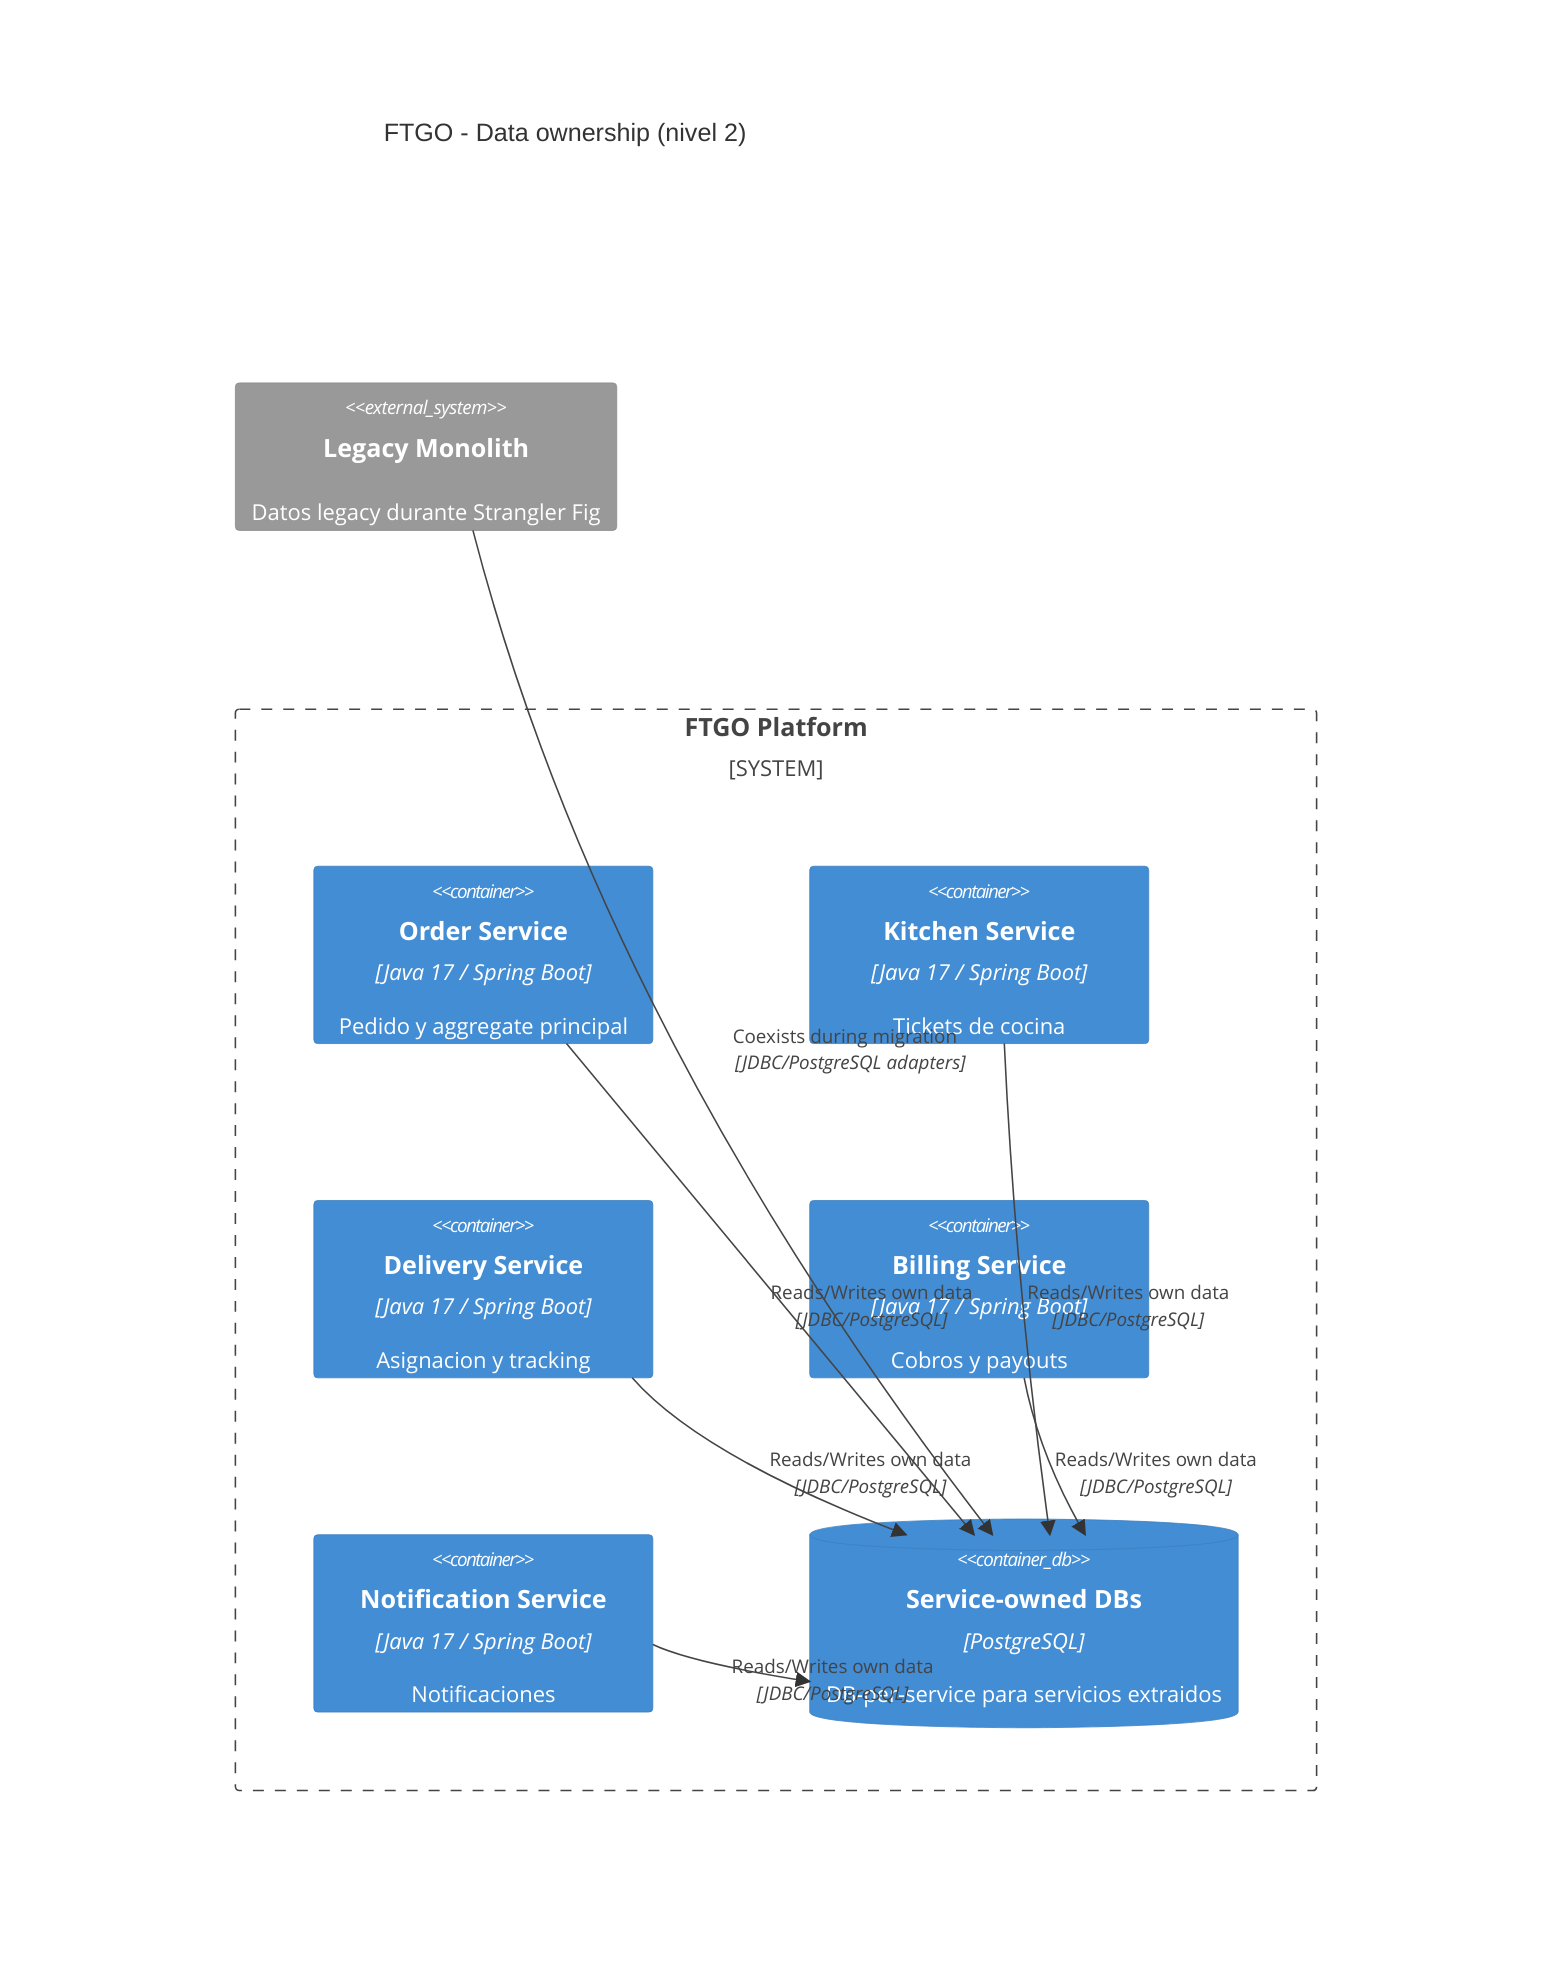
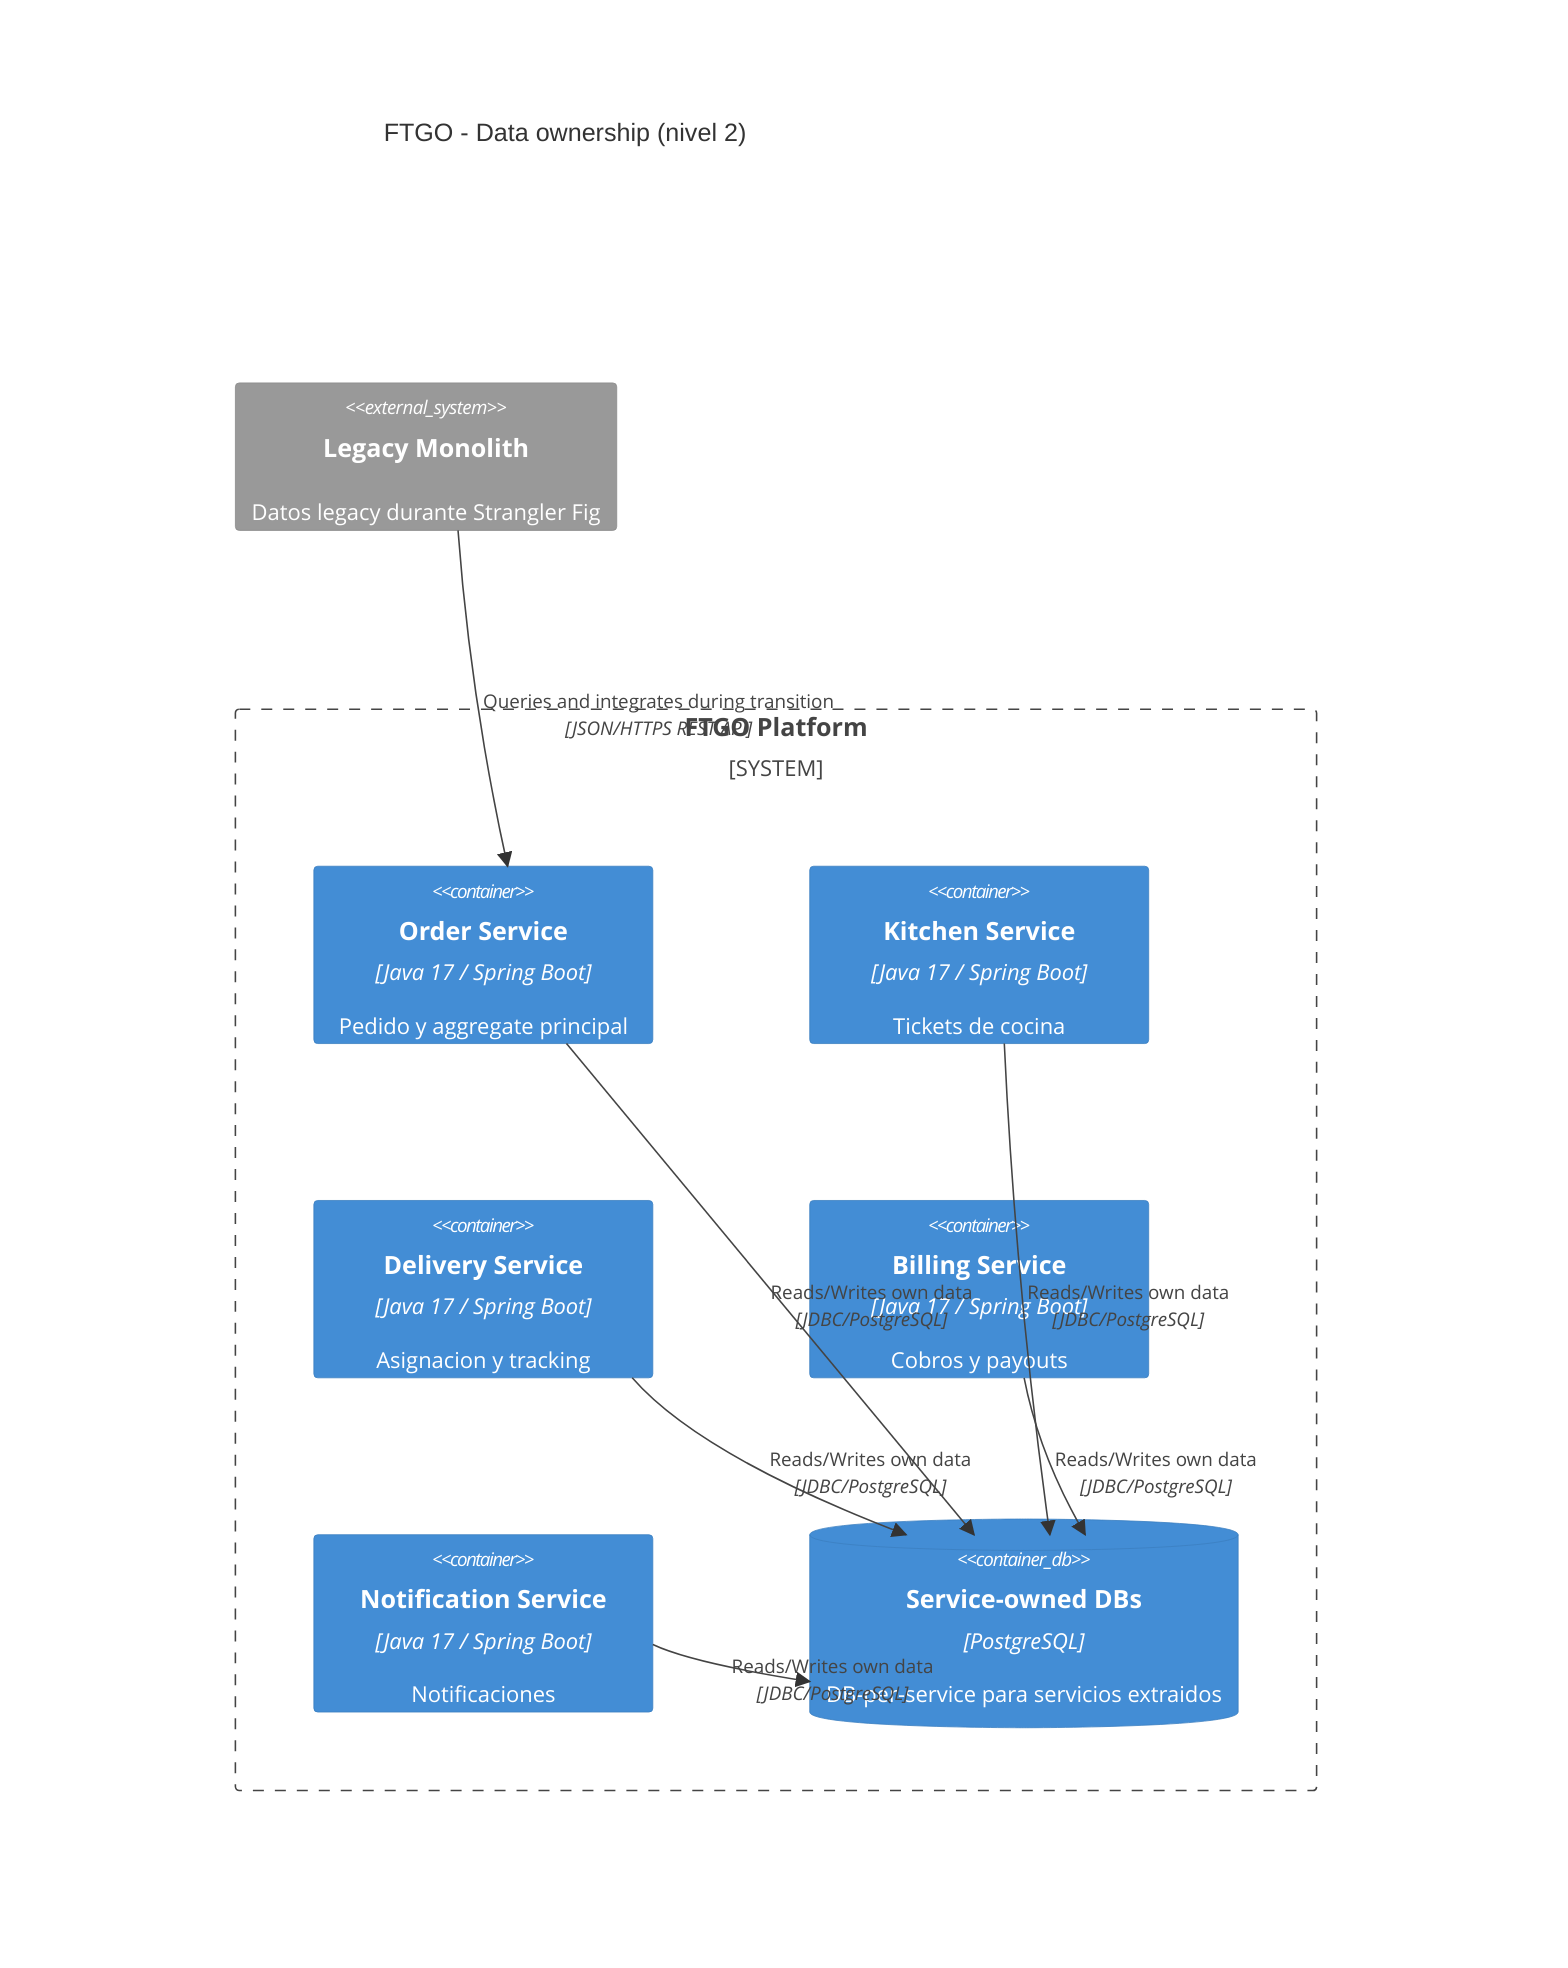
C4Container
title FTGO - Data ownership (nivel 2)

System_Ext(legacy_monolith, "Legacy Monolith", "Datos legacy durante Strangler Fig")

System_Boundary(ftgo, "FTGO Platform") {
  Container(order_svc, "Order Service", "Java 17 / Spring Boot", "Pedido y aggregate principal")
  Container(kitchen_svc, "Kitchen Service", "Java 17 / Spring Boot", "Tickets de cocina")
  Container(delivery_svc, "Delivery Service", "Java 17 / Spring Boot", "Asignacion y tracking")
  Container(billing_svc, "Billing Service", "Java 17 / Spring Boot", "Cobros y payouts")
  Container(notification_svc, "Notification Service", "Java 17 / Spring Boot", "Notificaciones")
  ContainerDb(service_dbs, "Service-owned DBs", "PostgreSQL", "DB-per-service para servicios extraidos")
}

Rel(order_svc, service_dbs, "Reads/Writes own data", "JDBC/PostgreSQL")
Rel(kitchen_svc, service_dbs, "Reads/Writes own data", "JDBC/PostgreSQL")
Rel(delivery_svc, service_dbs, "Reads/Writes own data", "JDBC/PostgreSQL")
Rel(billing_svc, service_dbs, "Reads/Writes own data", "JDBC/PostgreSQL")
Rel(notification_svc, service_dbs, "Reads/Writes own data", "JDBC/PostgreSQL")
- Rel(legacy_monolith, service_dbs, "Coexists during migration", "JDBC/PostgreSQL adapters")
+ Rel(legacy_monolith, order_svc, "Queries and integrates during transition", "JSON/HTTPS REST API")
